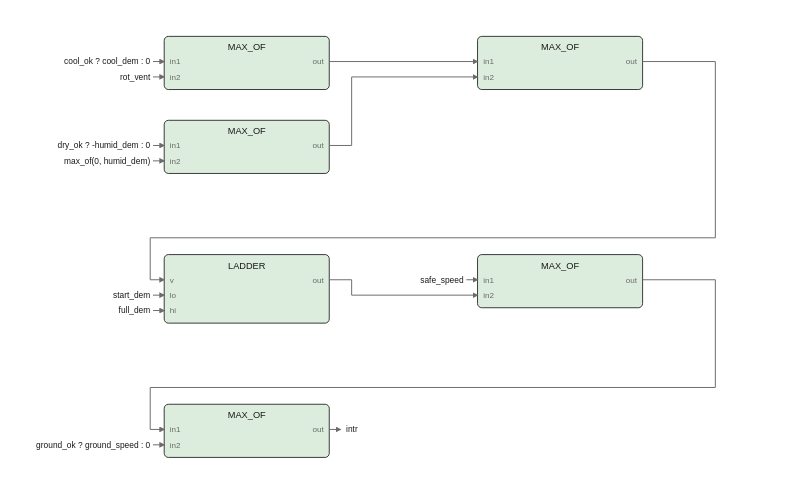
Earlier version of the draw.io export images/logic/intractors_fbd.drawio.svg (pstch/botanik2). Source tidied: cells renumbered, new cells last; positions are measured from the earlier drawing's top-left corner, leaving out a move shared by most shapes. Its diagram source:
```xml
<mxGraphModel>
  <root>
    <mxCell id="0" />
    <mxCell id="1" parent="0" />
    <mxCell id="2" style="rounded=1;fillColor=#dcecdd;strokeColor=#1a1a1a;whiteSpace=wrap;html=1;fontSize=8;" parent="1" vertex="1">
      <mxGeometry x="10" width="118" height="38" as="geometry" />
    </mxCell>
    <mxCell id="3" value="MAX_OF" style="text;html=1;fontSize=6;fontColor=#1a1a1a;align=center;" parent="1" vertex="1">
      <mxGeometry x="69" y="3.4" width="40" height="10.6" as="geometry" />
    </mxCell>
    <mxCell id="4" value="in1" style="text;html=1;fontSize=5;fontColor=#6b6b6b;align=left;" parent="1" vertex="1">
      <mxGeometry x="14" y="14.2" width="40" height="9.8" as="geometry" />
    </mxCell>
    <mxCell id="5" value="in2" style="text;html=1;fontSize=5;fontColor=#6b6b6b;align=left;" parent="1" vertex="1">
      <mxGeometry x="14" y="25.2" width="40" height="9.8" as="geometry" />
    </mxCell>
    <mxCell id="6" value="out" style="text;html=1;fontSize=5;fontColor=#6b6b6b;align=left;" parent="1" vertex="1">
      <mxGeometry x="124" y="14.2" width="40" height="9.8" as="geometry" />
    </mxCell>
    <mxCell id="7" style="rounded=1;fillColor=#dcecdd;strokeColor=#1a1a1a;whiteSpace=wrap;html=1;fontSize=8;" parent="1" vertex="1">
      <mxGeometry x="10" y="60" width="118" height="38" as="geometry" />
    </mxCell>
    <mxCell id="8" value="MAX_OF" style="text;html=1;fontSize=6;fontColor=#1a1a1a;align=center;" parent="1" vertex="1">
      <mxGeometry x="69" y="63.4" width="40" height="10.6" as="geometry" />
    </mxCell>
    <mxCell id="9" value="in1" style="text;html=1;fontSize=5;fontColor=#6b6b6b;align=left;" parent="1" vertex="1">
      <mxGeometry x="14" y="74.2" width="40" height="9.8" as="geometry" />
    </mxCell>
    <mxCell id="10" value="in2" style="text;html=1;fontSize=5;fontColor=#6b6b6b;align=left;" parent="1" vertex="1">
      <mxGeometry x="14" y="85.2" width="40" height="9.8" as="geometry" />
    </mxCell>
    <mxCell id="11" value="out" style="text;html=1;fontSize=5;fontColor=#6b6b6b;align=left;" parent="1" vertex="1">
      <mxGeometry x="124" y="74.2" width="40" height="9.8" as="geometry" />
    </mxCell>
    <mxCell id="12" style="rounded=1;fillColor=#dcecdd;strokeColor=#1a1a1a;whiteSpace=wrap;html=1;fontSize=8;" parent="1" vertex="1">
      <mxGeometry x="234" width="118" height="38" as="geometry" />
    </mxCell>
    <mxCell id="13" value="MAX_OF" style="text;html=1;fontSize=6;fontColor=#1a1a1a;align=center;" parent="1" vertex="1">
      <mxGeometry x="293" y="3.4" width="40" height="10.6" as="geometry" />
    </mxCell>
    <mxCell id="14" value="in1" style="text;html=1;fontSize=5;fontColor=#6b6b6b;align=left;" parent="1" vertex="1">
      <mxGeometry x="238" y="14.2" width="40" height="9.8" as="geometry" />
    </mxCell>
    <mxCell id="15" value="in2" style="text;html=1;fontSize=5;fontColor=#6b6b6b;align=left;" parent="1" vertex="1">
      <mxGeometry x="238" y="25.2" width="40" height="9.8" as="geometry" />
    </mxCell>
    <mxCell id="16" value="out" style="text;html=1;fontSize=5;fontColor=#6b6b6b;align=left;" parent="1" vertex="1">
      <mxGeometry x="348" y="14.2" width="40" height="9.8" as="geometry" />
    </mxCell>
    <mxCell id="17" style="rounded=1;fillColor=#dcecdd;strokeColor=#1a1a1a;whiteSpace=wrap;html=1;fontSize=8;" parent="1" vertex="1">
      <mxGeometry x="10" y="156" width="118" height="49" as="geometry" />
    </mxCell>
    <mxCell id="18" value="LADDER" style="text;html=1;fontSize=6;fontColor=#1a1a1a;align=center;" parent="1" vertex="1">
      <mxGeometry x="69" y="159.4" width="40" height="10.6" as="geometry" />
    </mxCell>
    <mxCell id="19" value="v" style="text;html=1;fontSize=5;fontColor=#6b6b6b;align=left;" parent="1" vertex="1">
      <mxGeometry x="14" y="170.2" width="40" height="9.8" as="geometry" />
    </mxCell>
    <mxCell id="20" value="lo" style="text;html=1;fontSize=5;fontColor=#6b6b6b;align=left;" parent="1" vertex="1">
      <mxGeometry x="14" y="181.2" width="40" height="9.8" as="geometry" />
    </mxCell>
    <mxCell id="21" value="hi" style="text;html=1;fontSize=5;fontColor=#6b6b6b;align=left;" parent="1" vertex="1">
      <mxGeometry x="14" y="192.2" width="40" height="9.8" as="geometry" />
    </mxCell>
    <mxCell id="22" value="out" style="text;html=1;fontSize=5;fontColor=#6b6b6b;align=left;" parent="1" vertex="1">
      <mxGeometry x="124" y="170.2" width="40" height="9.8" as="geometry" />
    </mxCell>
    <mxCell id="23" style="rounded=1;fillColor=#dcecdd;strokeColor=#1a1a1a;whiteSpace=wrap;html=1;fontSize=8;" parent="1" vertex="1">
      <mxGeometry x="234" y="156" width="118" height="38" as="geometry" />
    </mxCell>
    <mxCell id="24" value="MAX_OF" style="text;html=1;fontSize=6;fontColor=#1a1a1a;align=center;" parent="1" vertex="1">
      <mxGeometry x="293" y="159.4" width="40" height="10.6" as="geometry" />
    </mxCell>
    <mxCell id="25" value="in1" style="text;html=1;fontSize=5;fontColor=#6b6b6b;align=left;" parent="1" vertex="1">
      <mxGeometry x="238" y="170.2" width="40" height="9.8" as="geometry" />
    </mxCell>
    <mxCell id="26" value="in2" style="text;html=1;fontSize=5;fontColor=#6b6b6b;align=left;" parent="1" vertex="1">
      <mxGeometry x="238" y="181.2" width="40" height="9.8" as="geometry" />
    </mxCell>
    <mxCell id="27" value="out" style="text;html=1;fontSize=5;fontColor=#6b6b6b;align=left;" parent="1" vertex="1">
      <mxGeometry x="348" y="170.2" width="40" height="9.8" as="geometry" />
    </mxCell>
    <mxCell id="28" style="rounded=1;fillColor=#dcecdd;strokeColor=#1a1a1a;whiteSpace=wrap;html=1;fontSize=8;" parent="1" vertex="1">
      <mxGeometry x="10" y="263" width="118" height="38" as="geometry" />
    </mxCell>
    <mxCell id="29" value="MAX_OF" style="text;html=1;fontSize=6;fontColor=#1a1a1a;align=center;" parent="1" vertex="1">
      <mxGeometry x="69" y="266.4" width="40" height="10.6" as="geometry" />
    </mxCell>
    <mxCell id="30" value="in1" style="text;html=1;fontSize=5;fontColor=#6b6b6b;align=left;" parent="1" vertex="1">
      <mxGeometry x="14" y="277.2" width="40" height="9.8" as="geometry" />
    </mxCell>
    <mxCell id="31" value="in2" style="text;html=1;fontSize=5;fontColor=#6b6b6b;align=left;" parent="1" vertex="1">
      <mxGeometry x="14" y="288.2" width="40" height="9.8" as="geometry" />
    </mxCell>
    <mxCell id="32" value="out" style="text;html=1;fontSize=5;fontColor=#6b6b6b;align=left;" parent="1" vertex="1">
      <mxGeometry x="124" y="277.2" width="40" height="9.8" as="geometry" />
    </mxCell>
    <mxCell id="33" style="edgeStyle=none;html=1;strokeColor=#6b6b6b;endArrow=block;" parent="1" edge="1">
      <mxGeometry relative="1" as="geometry">
        <mxPoint x="128" y="281" as="sourcePoint" />
        <mxPoint x="136" y="281" as="targetPoint" />
      </mxGeometry>
    </mxCell>
    <mxCell id="34" value="intr" style="text;html=1;fontSize=6;fontColor=#1a1a1a;align=left;" parent="1" vertex="1">
      <mxGeometry x="140" y="277" width="40" height="10" as="geometry" />
    </mxCell>
    <mxCell id="35" style="edgeStyle=none;html=1;strokeColor=#6b6b6b;endArrow=block;" parent="1" edge="1">
      <mxGeometry relative="1" as="geometry">
        <mxPoint x="128" y="18" as="sourcePoint" />
        <mxPoint x="234" y="18" as="targetPoint" />
      </mxGeometry>
    </mxCell>
    <mxCell id="36" style="edgeStyle=none;html=1;strokeColor=#6b6b6b;endArrow=block;" parent="1" edge="1">
      <mxGeometry relative="1" as="geometry">
        <mxPoint x="128" y="78" as="sourcePoint" />
        <mxPoint x="234" y="29" as="targetPoint" />
        <Array as="points">
          <mxPoint x="144" y="78" />
          <mxPoint x="144" y="29" />
        </Array>
      </mxGeometry>
    </mxCell>
    <mxCell id="37" style="edgeStyle=none;html=1;strokeColor=#6b6b6b;endArrow=block;" parent="1" edge="1">
      <mxGeometry relative="1" as="geometry">
        <mxPoint x="352" y="18" as="sourcePoint" />
        <mxPoint x="10" y="174" as="targetPoint" />
        <Array as="points">
          <mxPoint x="404" y="18" />
          <mxPoint x="404" y="144" />
          <mxPoint y="144" />
          <mxPoint y="174" />
        </Array>
      </mxGeometry>
    </mxCell>
    <mxCell id="38" style="edgeStyle=none;html=1;strokeColor=#6b6b6b;endArrow=block;" parent="1" edge="1">
      <mxGeometry relative="1" as="geometry">
        <mxPoint x="128" y="174" as="sourcePoint" />
        <mxPoint x="234" y="185" as="targetPoint" />
        <Array as="points">
          <mxPoint x="144" y="174" />
          <mxPoint x="144" y="185" />
        </Array>
      </mxGeometry>
    </mxCell>
    <mxCell id="39" style="edgeStyle=none;html=1;strokeColor=#6b6b6b;endArrow=block;" parent="1" edge="1">
      <mxGeometry relative="1" as="geometry">
        <mxPoint x="352" y="174" as="sourcePoint" />
        <mxPoint x="10" y="281" as="targetPoint" />
        <Array as="points">
          <mxPoint x="404" y="174" />
          <mxPoint x="404" y="251" />
          <mxPoint y="251" />
          <mxPoint y="281" />
        </Array>
      </mxGeometry>
    </mxCell>
    <mxCell id="40" value="cool_ok ? cool_dem : 0" style="text;html=1;fontSize=6;fontColor=#1a1a1a;align=left;" parent="1" vertex="1">
      <mxGeometry y="14" width="110" height="10" as="geometry" />
    </mxCell>
    <mxCell id="41" style="edgeStyle=none;html=1;strokeColor=#6b6b6b;endArrow=block;" parent="1" edge="1">
      <mxGeometry relative="1" as="geometry">
        <mxPoint x="2" y="18" as="sourcePoint" />
        <mxPoint x="10" y="18" as="targetPoint" />
      </mxGeometry>
    </mxCell>
    <mxCell id="42" value="rot_vent" style="text;html=1;fontSize=6;fontColor=#1a1a1a;align=left;" parent="1" vertex="1">
      <mxGeometry y="25" width="40" height="10" as="geometry" />
    </mxCell>
    <mxCell id="43" style="edgeStyle=none;html=1;strokeColor=#6b6b6b;endArrow=block;" parent="1" edge="1">
      <mxGeometry relative="1" as="geometry">
        <mxPoint x="2" y="29" as="sourcePoint" />
        <mxPoint x="10" y="29" as="targetPoint" />
      </mxGeometry>
    </mxCell>
    <mxCell id="44" value="dry_ok ? -humid_dem : 0" style="text;html=1;fontSize=6;fontColor=#1a1a1a;align=left;" parent="1" vertex="1">
      <mxGeometry y="74" width="115" height="10" as="geometry" />
    </mxCell>
    <mxCell id="45" style="edgeStyle=none;html=1;strokeColor=#6b6b6b;endArrow=block;" parent="1" edge="1">
      <mxGeometry relative="1" as="geometry">
        <mxPoint x="2" y="78" as="sourcePoint" />
        <mxPoint x="10" y="78" as="targetPoint" />
      </mxGeometry>
    </mxCell>
    <mxCell id="46" value="max_of(0, humid_dem)" style="text;html=1;fontSize=6;fontColor=#1a1a1a;align=left;" parent="1" vertex="1">
      <mxGeometry y="85" width="100" height="10" as="geometry" />
    </mxCell>
    <mxCell id="47" style="edgeStyle=none;html=1;strokeColor=#6b6b6b;endArrow=block;" parent="1" edge="1">
      <mxGeometry relative="1" as="geometry">
        <mxPoint x="2" y="89" as="sourcePoint" />
        <mxPoint x="10" y="89" as="targetPoint" />
      </mxGeometry>
    </mxCell>
    <mxCell id="48" value="start_dem" style="text;html=1;fontSize=6;fontColor=#1a1a1a;align=left;" parent="1" vertex="1">
      <mxGeometry y="181" width="45" height="10" as="geometry" />
    </mxCell>
    <mxCell id="49" style="edgeStyle=none;html=1;strokeColor=#6b6b6b;endArrow=block;" parent="1" edge="1">
      <mxGeometry relative="1" as="geometry">
        <mxPoint x="2" y="185" as="sourcePoint" />
        <mxPoint x="10" y="185" as="targetPoint" />
      </mxGeometry>
    </mxCell>
    <mxCell id="50" value="full_dem" style="text;html=1;fontSize=6;fontColor=#1a1a1a;align=left;" parent="1" vertex="1">
      <mxGeometry y="192" width="40" height="10" as="geometry" />
    </mxCell>
    <mxCell id="51" style="edgeStyle=none;html=1;strokeColor=#6b6b6b;endArrow=block;" parent="1" edge="1">
      <mxGeometry relative="1" as="geometry">
        <mxPoint x="2" y="196" as="sourcePoint" />
        <mxPoint x="10" y="196" as="targetPoint" />
      </mxGeometry>
    </mxCell>
    <mxCell id="52" value="safe_speed" style="text;html=1;fontSize=6;fontColor=#1a1a1a;align=left;" parent="1" vertex="1">
      <mxGeometry x="224" y="170" width="50" height="10" as="geometry" />
    </mxCell>
    <mxCell id="53" style="edgeStyle=none;html=1;strokeColor=#6b6b6b;endArrow=block;" parent="1" edge="1">
      <mxGeometry relative="1" as="geometry">
        <mxPoint x="226" y="174" as="sourcePoint" />
        <mxPoint x="234" y="174" as="targetPoint" />
      </mxGeometry>
    </mxCell>
    <mxCell id="54" value="ground_ok ? ground_speed : 0" style="text;html=1;fontSize=6;fontColor=#1a1a1a;align=left;" parent="1" vertex="1">
      <mxGeometry y="288" width="140" height="10" as="geometry" />
    </mxCell>
    <mxCell id="55" style="edgeStyle=none;html=1;strokeColor=#6b6b6b;endArrow=block;" parent="1" edge="1">
      <mxGeometry relative="1" as="geometry">
        <mxPoint x="2" y="292" as="sourcePoint" />
        <mxPoint x="10" y="292" as="targetPoint" />
      </mxGeometry>
    </mxCell>
  </root>
</mxGraphModel>
```
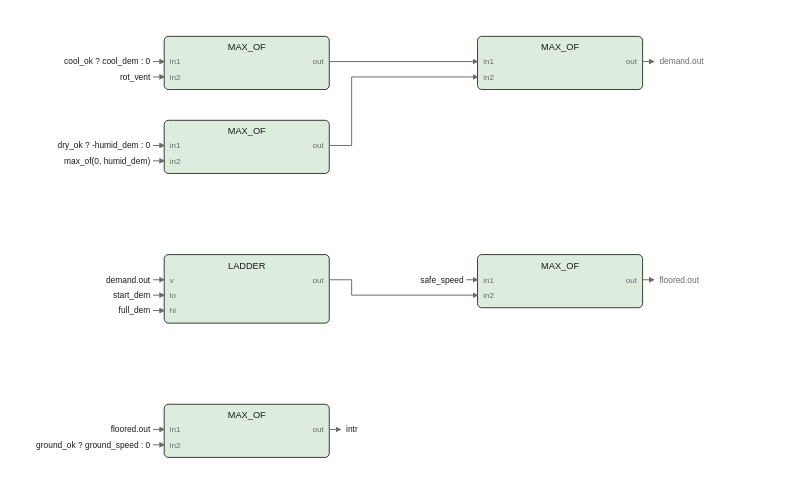
The same file after the commit.

Change to the diagram source:
```diff
@@ -106,125 +106,137 @@
     </mxCell>
     <mxCell id="35" style="edgeStyle=none;html=1;strokeColor=#6b6b6b;endArrow=block;" parent="1" edge="1">
       <mxGeometry relative="1" as="geometry">
-        <mxPoint x="128" y="18" as="sourcePoint" />
-        <mxPoint x="234" y="18" as="targetPoint" />
+        <mxPoint x="352" y="18" as="sourcePoint" />
+        <mxPoint x="360" y="18" as="targetPoint" />
       </mxGeometry>
     </mxCell>
-    <mxCell id="36" style="edgeStyle=none;html=1;strokeColor=#6b6b6b;endArrow=block;" parent="1" edge="1">
-      <mxGeometry relative="1" as="geometry">
-        <mxPoint x="128" y="78" as="sourcePoint" />
-        <mxPoint x="234" y="29" as="targetPoint" />
-        <Array as="points">
-          <mxPoint x="144" y="78" />
-          <mxPoint x="144" y="29" />
-        </Array>
-      </mxGeometry>
-    </mxCell>
+    <mxCell id="56" value="demand.out" style="text;html=1;fontSize=6;fontColor=#6b6b6b;align=left;" parent="1" vertex="1">
+      <mxGeometry x="364" y="14" width="50" height="10" as="geometry" />
+    </mxCell>
     <mxCell id="37" style="edgeStyle=none;html=1;strokeColor=#6b6b6b;endArrow=block;" parent="1" edge="1">
       <mxGeometry relative="1" as="geometry">
-        <mxPoint x="352" y="18" as="sourcePoint" />
-        <mxPoint x="10" y="174" as="targetPoint" />
-        <Array as="points">
-          <mxPoint x="404" y="18" />
-          <mxPoint x="404" y="144" />
-          <mxPoint y="144" />
-          <mxPoint y="174" />
-        </Array>
+        <mxPoint x="352" y="174" as="sourcePoint" />
+        <mxPoint x="360" y="174" as="targetPoint" />
       </mxGeometry>
     </mxCell>
-    <mxCell id="38" style="edgeStyle=none;html=1;strokeColor=#6b6b6b;endArrow=block;" parent="1" edge="1">
-      <mxGeometry relative="1" as="geometry">
-        <mxPoint x="128" y="174" as="sourcePoint" />
-        <mxPoint x="234" y="185" as="targetPoint" />
-        <Array as="points">
-          <mxPoint x="144" y="174" />
-          <mxPoint x="144" y="185" />
-        </Array>
-      </mxGeometry>
-    </mxCell>
+    <mxCell id="57" value="floored.out" style="text;html=1;fontSize=6;fontColor=#6b6b6b;align=left;" parent="1" vertex="1">
+      <mxGeometry x="364" y="170" width="55" height="10" as="geometry" />
+    </mxCell>
     <mxCell id="39" style="edgeStyle=none;html=1;strokeColor=#6b6b6b;endArrow=block;" parent="1" edge="1">
       <mxGeometry relative="1" as="geometry">
-        <mxPoint x="352" y="174" as="sourcePoint" />
-        <mxPoint x="10" y="281" as="targetPoint" />
-        <Array as="points">
-          <mxPoint x="404" y="174" />
-          <mxPoint x="404" y="251" />
-          <mxPoint y="251" />
-          <mxPoint y="281" />
-        </Array>
+        <mxPoint x="128" y="18" as="sourcePoint" />
+        <mxPoint x="234" y="18" as="targetPoint" />
       </mxGeometry>
     </mxCell>
-    <mxCell id="40" value="cool_ok ? cool_dem : 0" style="text;html=1;fontSize=6;fontColor=#1a1a1a;align=left;" parent="1" vertex="1">
-      <mxGeometry y="14" width="110" height="10" as="geometry" />
-    </mxCell>
+    <mxCell id="58" style="edgeStyle=none;html=1;strokeColor=#6b6b6b;endArrow=block;" parent="1" edge="1">
+      <mxGeometry relative="1" as="geometry">
+        <mxPoint x="128" y="78" as="sourcePoint" />
+        <mxPoint x="234" y="29" as="targetPoint" />
+        <Array as="points">
+          <mxPoint x="144" y="78" />
+          <mxPoint x="144" y="29" />
+        </Array>
+      </mxGeometry>
+    </mxCell>
     <mxCell id="41" style="edgeStyle=none;html=1;strokeColor=#6b6b6b;endArrow=block;" parent="1" edge="1">
       <mxGeometry relative="1" as="geometry">
-        <mxPoint x="2" y="18" as="sourcePoint" />
-        <mxPoint x="10" y="18" as="targetPoint" />
+        <mxPoint x="128" y="174" as="sourcePoint" />
+        <mxPoint x="234" y="185" as="targetPoint" />
+        <Array as="points">
+          <mxPoint x="144" y="174" />
+          <mxPoint x="144" y="185" />
+        </Array>
       </mxGeometry>
     </mxCell>
-    <mxCell id="42" value="rot_vent" style="text;html=1;fontSize=6;fontColor=#1a1a1a;align=left;" parent="1" vertex="1">
-      <mxGeometry y="25" width="40" height="10" as="geometry" />
+    <mxCell id="42" value="cool_ok ? cool_dem : 0" style="text;html=1;fontSize=6;fontColor=#1a1a1a;align=left;" parent="1" vertex="1">
+      <mxGeometry y="14" width="110" height="10" as="geometry" />
     </mxCell>
     <mxCell id="43" style="edgeStyle=none;html=1;strokeColor=#6b6b6b;endArrow=block;" parent="1" edge="1">
       <mxGeometry relative="1" as="geometry">
-        <mxPoint x="2" y="29" as="sourcePoint" />
-        <mxPoint x="10" y="29" as="targetPoint" />
+        <mxPoint x="2" y="18" as="sourcePoint" />
+        <mxPoint x="10" y="18" as="targetPoint" />
       </mxGeometry>
     </mxCell>
-    <mxCell id="44" value="dry_ok ? -humid_dem : 0" style="text;html=1;fontSize=6;fontColor=#1a1a1a;align=left;" parent="1" vertex="1">
-      <mxGeometry y="74" width="115" height="10" as="geometry" />
+    <mxCell id="44" value="rot_vent" style="text;html=1;fontSize=6;fontColor=#1a1a1a;align=left;" parent="1" vertex="1">
+      <mxGeometry y="25" width="40" height="10" as="geometry" />
     </mxCell>
     <mxCell id="45" style="edgeStyle=none;html=1;strokeColor=#6b6b6b;endArrow=block;" parent="1" edge="1">
       <mxGeometry relative="1" as="geometry">
-        <mxPoint x="2" y="78" as="sourcePoint" />
-        <mxPoint x="10" y="78" as="targetPoint" />
+        <mxPoint x="2" y="29" as="sourcePoint" />
+        <mxPoint x="10" y="29" as="targetPoint" />
       </mxGeometry>
     </mxCell>
-    <mxCell id="46" value="max_of(0, humid_dem)" style="text;html=1;fontSize=6;fontColor=#1a1a1a;align=left;" parent="1" vertex="1">
-      <mxGeometry y="85" width="100" height="10" as="geometry" />
+    <mxCell id="46" value="dry_ok ? -humid_dem : 0" style="text;html=1;fontSize=6;fontColor=#1a1a1a;align=left;" parent="1" vertex="1">
+      <mxGeometry y="74" width="115" height="10" as="geometry" />
     </mxCell>
     <mxCell id="47" style="edgeStyle=none;html=1;strokeColor=#6b6b6b;endArrow=block;" parent="1" edge="1">
       <mxGeometry relative="1" as="geometry">
-        <mxPoint x="2" y="89" as="sourcePoint" />
-        <mxPoint x="10" y="89" as="targetPoint" />
+        <mxPoint x="2" y="78" as="sourcePoint" />
+        <mxPoint x="10" y="78" as="targetPoint" />
       </mxGeometry>
     </mxCell>
-    <mxCell id="48" value="start_dem" style="text;html=1;fontSize=6;fontColor=#1a1a1a;align=left;" parent="1" vertex="1">
-      <mxGeometry y="181" width="45" height="10" as="geometry" />
+    <mxCell id="48" value="max_of(0, humid_dem)" style="text;html=1;fontSize=6;fontColor=#1a1a1a;align=left;" parent="1" vertex="1">
+      <mxGeometry y="85" width="100" height="10" as="geometry" />
     </mxCell>
     <mxCell id="49" style="edgeStyle=none;html=1;strokeColor=#6b6b6b;endArrow=block;" parent="1" edge="1">
       <mxGeometry relative="1" as="geometry">
-        <mxPoint x="2" y="185" as="sourcePoint" />
-        <mxPoint x="10" y="185" as="targetPoint" />
+        <mxPoint x="2" y="89" as="sourcePoint" />
+        <mxPoint x="10" y="89" as="targetPoint" />
       </mxGeometry>
     </mxCell>
-    <mxCell id="50" value="full_dem" style="text;html=1;fontSize=6;fontColor=#1a1a1a;align=left;" parent="1" vertex="1">
-      <mxGeometry y="192" width="40" height="10" as="geometry" />
+    <mxCell id="50" value="demand.out" style="text;html=1;fontSize=6;fontColor=#1a1a1a;align=left;" parent="1" vertex="1">
+      <mxGeometry y="170" width="50" height="10" as="geometry" />
     </mxCell>
     <mxCell id="51" style="edgeStyle=none;html=1;strokeColor=#6b6b6b;endArrow=block;" parent="1" edge="1">
       <mxGeometry relative="1" as="geometry">
-        <mxPoint x="2" y="196" as="sourcePoint" />
-        <mxPoint x="10" y="196" as="targetPoint" />
+        <mxPoint x="2" y="174" as="sourcePoint" />
+        <mxPoint x="10" y="174" as="targetPoint" />
       </mxGeometry>
     </mxCell>
-    <mxCell id="52" value="safe_speed" style="text;html=1;fontSize=6;fontColor=#1a1a1a;align=left;" parent="1" vertex="1">
-      <mxGeometry x="224" y="170" width="50" height="10" as="geometry" />
+    <mxCell id="52" value="start_dem" style="text;html=1;fontSize=6;fontColor=#1a1a1a;align=left;" parent="1" vertex="1">
+      <mxGeometry y="181" width="45" height="10" as="geometry" />
     </mxCell>
     <mxCell id="53" style="edgeStyle=none;html=1;strokeColor=#6b6b6b;endArrow=block;" parent="1" edge="1">
       <mxGeometry relative="1" as="geometry">
-        <mxPoint x="226" y="174" as="sourcePoint" />
-        <mxPoint x="234" y="174" as="targetPoint" />
+        <mxPoint x="2" y="185" as="sourcePoint" />
+        <mxPoint x="10" y="185" as="targetPoint" />
       </mxGeometry>
     </mxCell>
-    <mxCell id="54" value="ground_ok ? ground_speed : 0" style="text;html=1;fontSize=6;fontColor=#1a1a1a;align=left;" parent="1" vertex="1">
-      <mxGeometry y="288" width="140" height="10" as="geometry" />
+    <mxCell id="54" value="full_dem" style="text;html=1;fontSize=6;fontColor=#1a1a1a;align=left;" parent="1" vertex="1">
+      <mxGeometry y="192" width="40" height="10" as="geometry" />
     </mxCell>
     <mxCell id="55" style="edgeStyle=none;html=1;strokeColor=#6b6b6b;endArrow=block;" parent="1" edge="1">
       <mxGeometry relative="1" as="geometry">
-        <mxPoint x="2" y="292" as="sourcePoint" />
-        <mxPoint x="10" y="292" as="targetPoint" />
+        <mxPoint x="2" y="196" as="sourcePoint" />
+        <mxPoint x="10" y="196" as="targetPoint" />
       </mxGeometry>
     </mxCell>
+    <mxCell id="59" value="safe_speed" style="text;html=1;fontSize=6;fontColor=#1a1a1a;align=left;" parent="1" vertex="1">
+      <mxGeometry x="224" y="170" width="50" height="10" as="geometry" />
+    </mxCell>
+    <mxCell id="60" style="edgeStyle=none;html=1;strokeColor=#6b6b6b;endArrow=block;" parent="1" edge="1">
+      <mxGeometry relative="1" as="geometry">
+        <mxPoint x="226" y="174" as="sourcePoint" />
+        <mxPoint x="234" y="174" as="targetPoint" />
+      </mxGeometry>
+    </mxCell>
+    <mxCell id="61" value="floored.out" style="text;html=1;fontSize=6;fontColor=#1a1a1a;align=left;" parent="1" vertex="1">
+      <mxGeometry y="277" width="55" height="10" as="geometry" />
+    </mxCell>
+    <mxCell id="62" style="edgeStyle=none;html=1;strokeColor=#6b6b6b;endArrow=block;" parent="1" edge="1">
+      <mxGeometry relative="1" as="geometry">
+        <mxPoint x="2" y="281" as="sourcePoint" />
+        <mxPoint x="10" y="281" as="targetPoint" />
+      </mxGeometry>
+    </mxCell>
+    <mxCell id="63" value="ground_ok ? ground_speed : 0" style="text;html=1;fontSize=6;fontColor=#1a1a1a;align=left;" parent="1" vertex="1">
+      <mxGeometry y="288" width="140" height="10" as="geometry" />
+    </mxCell>
+    <mxCell id="64" style="edgeStyle=none;html=1;strokeColor=#6b6b6b;endArrow=block;" parent="1" edge="1">
+      <mxGeometry relative="1" as="geometry">
+        <mxPoint x="2" y="292" as="sourcePoint" />
+        <mxPoint x="10" y="292" as="targetPoint" />
+      </mxGeometry>
+    </mxCell>
   </root>
 </mxGraphModel>
```
